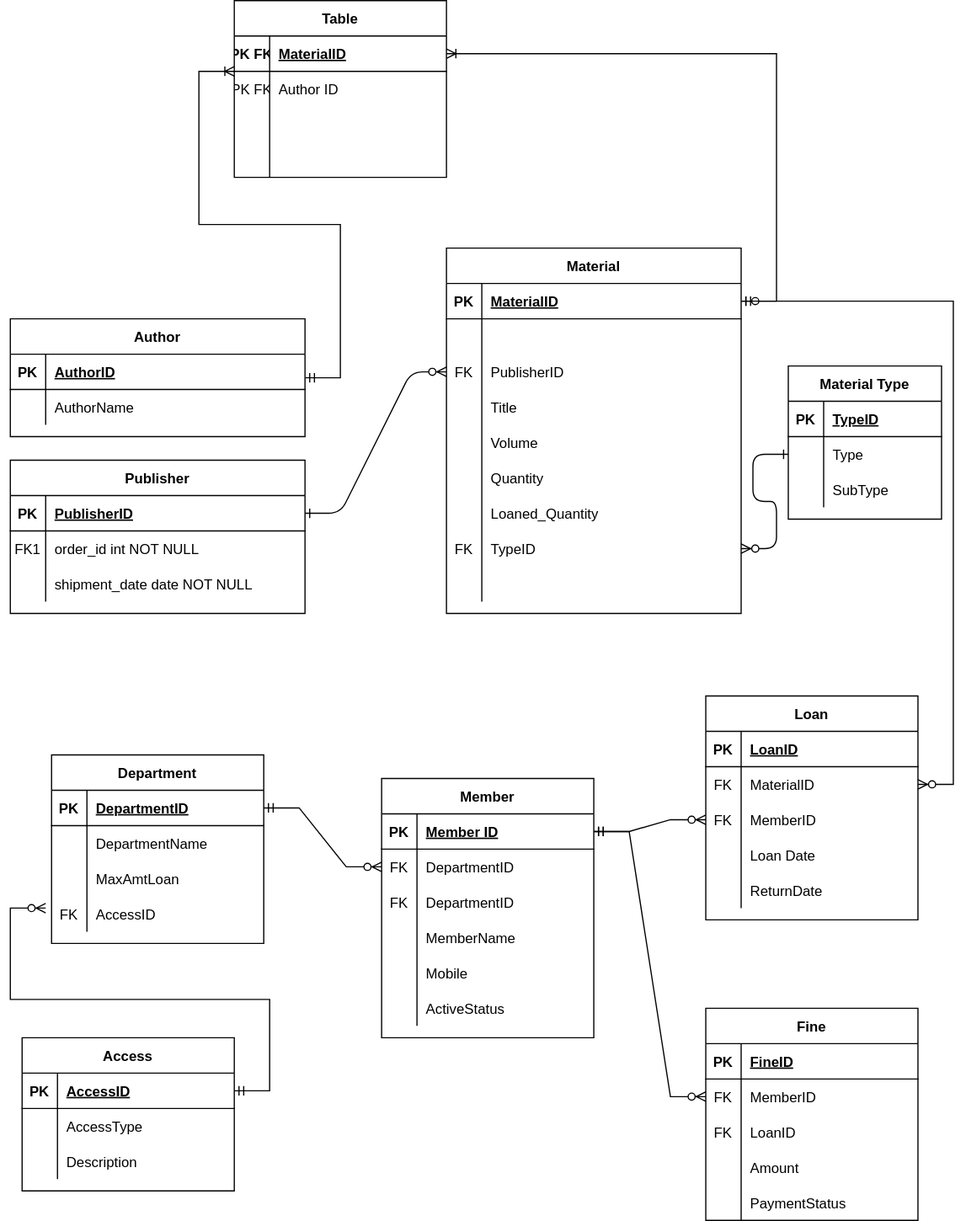
This is PostgreSQL/Library Management System.drawio.svg from Shubham0197/Training, a draw.io export, as it was before one commit. Source tidied: cells renumbered, new cells last; positions are measured from the earlier drawing's top-left corner, leaving out a move shared by most shapes.
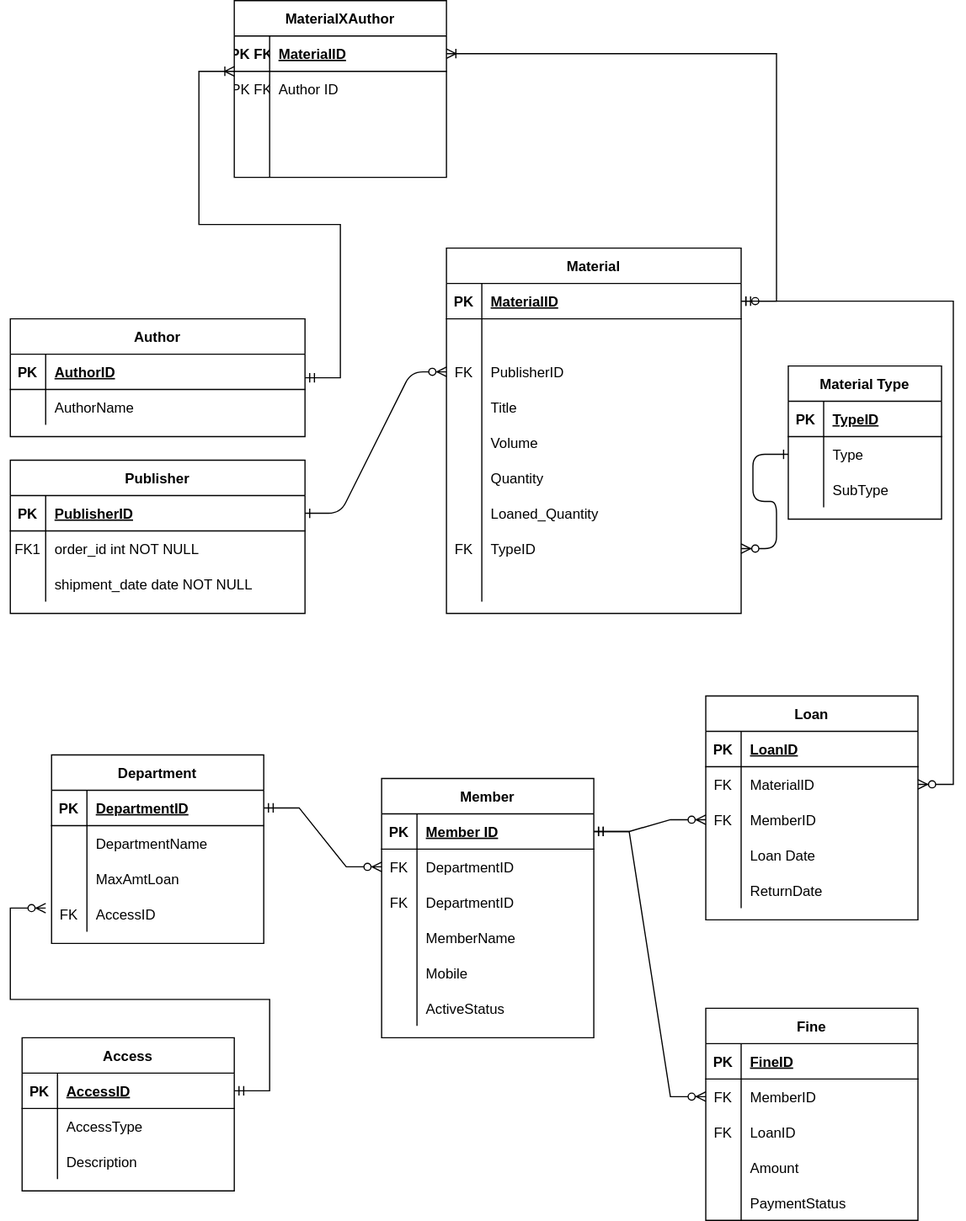
After the commit.

Commit message:
Naming MAterialXAuthor Table

Diff of the diagram source:
```diff
@@ -403,7 +403,7 @@
         <mxPoint x="30" y="770" as="targetPoint" />
       </mxGeometry>
     </mxCell>
-    <mxCell id="135" value="Table" style="shape=table;startSize=30;rowLines=0;fontStyle=1;align=center;" parent="1" vertex="1">
+    <mxCell id="135" value="MaterialXAuthor" style="shape=table;startSize=30;rowLines=0;fontStyle=1;align=center;" parent="1" vertex="1">
       <mxGeometry x="190" width="180" height="150" as="geometry" />
     </mxCell>
     <mxCell id="136" style="shape=tableRow;horizontal=0;startSize=0;swimlaneHead=0;swimlaneBody=0;fillColor=none;points=[[0,0.5],[1,0.5]];portConstraint=eastwest;top=0;left=0;right=0;bottom=1;" parent="135" vertex="1">
```
